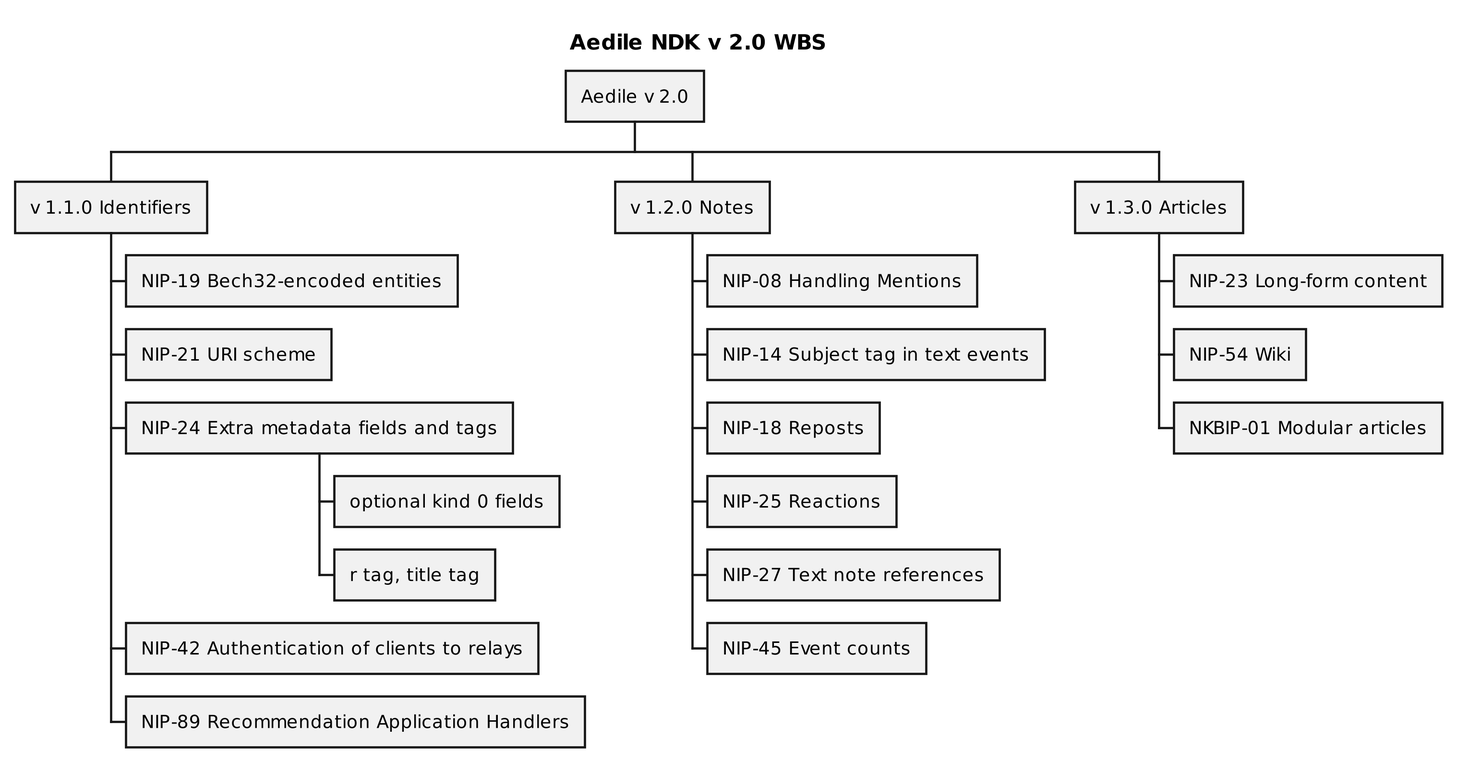
ShadowySupercode/gitcitadel keeps this PlantUML diagram as plantUML/Aedile/Aedile_v2.png. Above is the earlier version. Its diagram source:
```plantuml
@startwbs Aedile_v2.0_WBS

skinparam dpi 300
title Aedile NDK v 2.0 WBS

* Aedile v 2.0

** v 1.1.0 Identifiers
*** NIP-19 Bech32-encoded entities
*** NIP-21 URI scheme
*** NIP-24 Extra metadata fields and tags
**** optional kind 0 fields
**** r tag, title tag
*** NIP-42 Authentication of clients to relays
*** NIP-89 Recommendation Application Handlers

** v 1.2.0 Notes
*** NIP-08 Handling Mentions
*** NIP-14 Subject tag in text events
*** NIP-18 Reposts
*** NIP-25 Reactions
*** NIP-27 Text note references
*** NIP-45 Event counts

** v 1.3.0 Articles
*** NIP-23 Long-form content
*** NIP-54 Wiki
*** NKBIP-01 Modular articles

@endwbs
```
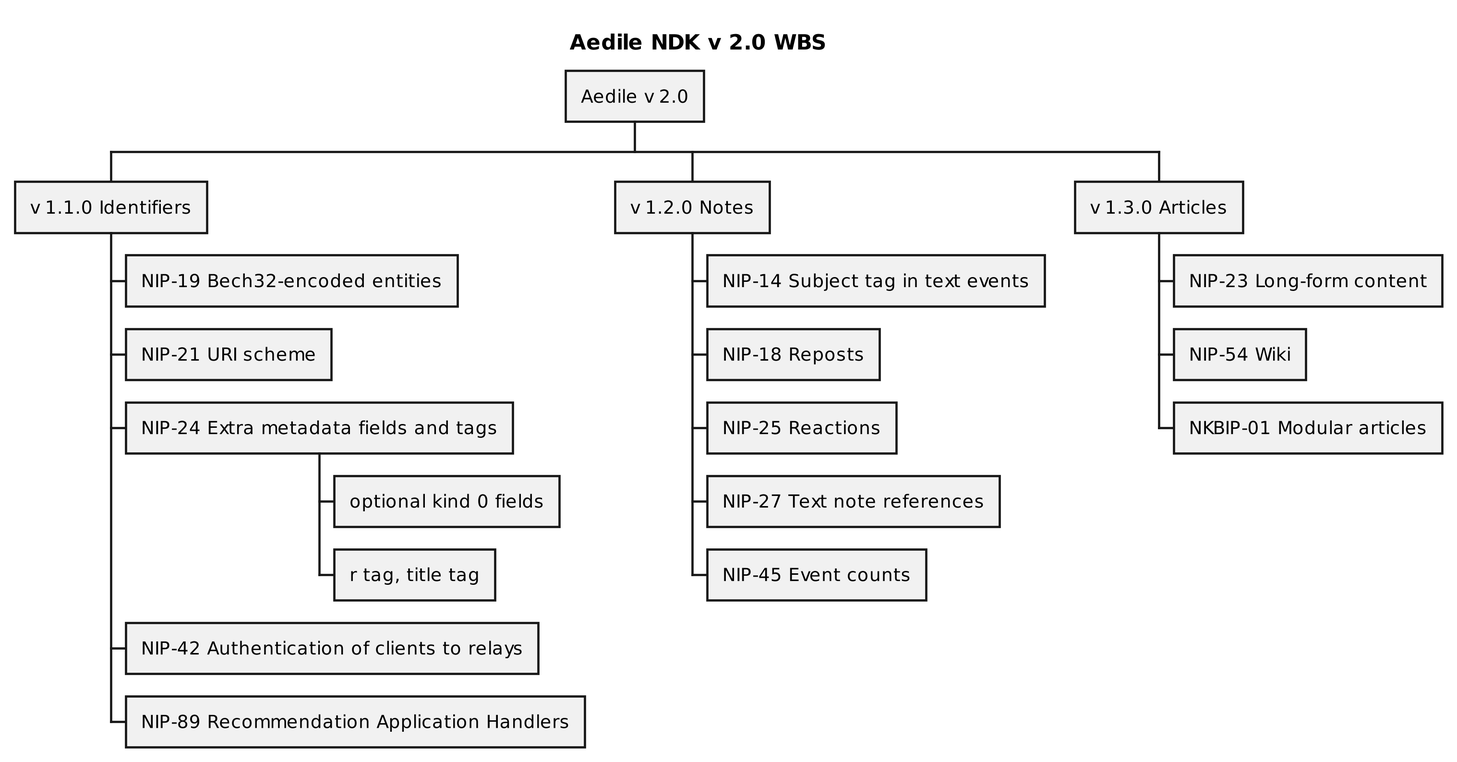
Later version of the same file.

What changed in the source:
```diff
@@ -15,7 +15,6 @@
 *** NIP-89 Recommendation Application Handlers
 
 ** v 1.2.0 Notes
-*** NIP-08 Handling Mentions
 *** NIP-14 Subject tag in text events
 *** NIP-18 Reposts
 *** NIP-25 Reactions
```
